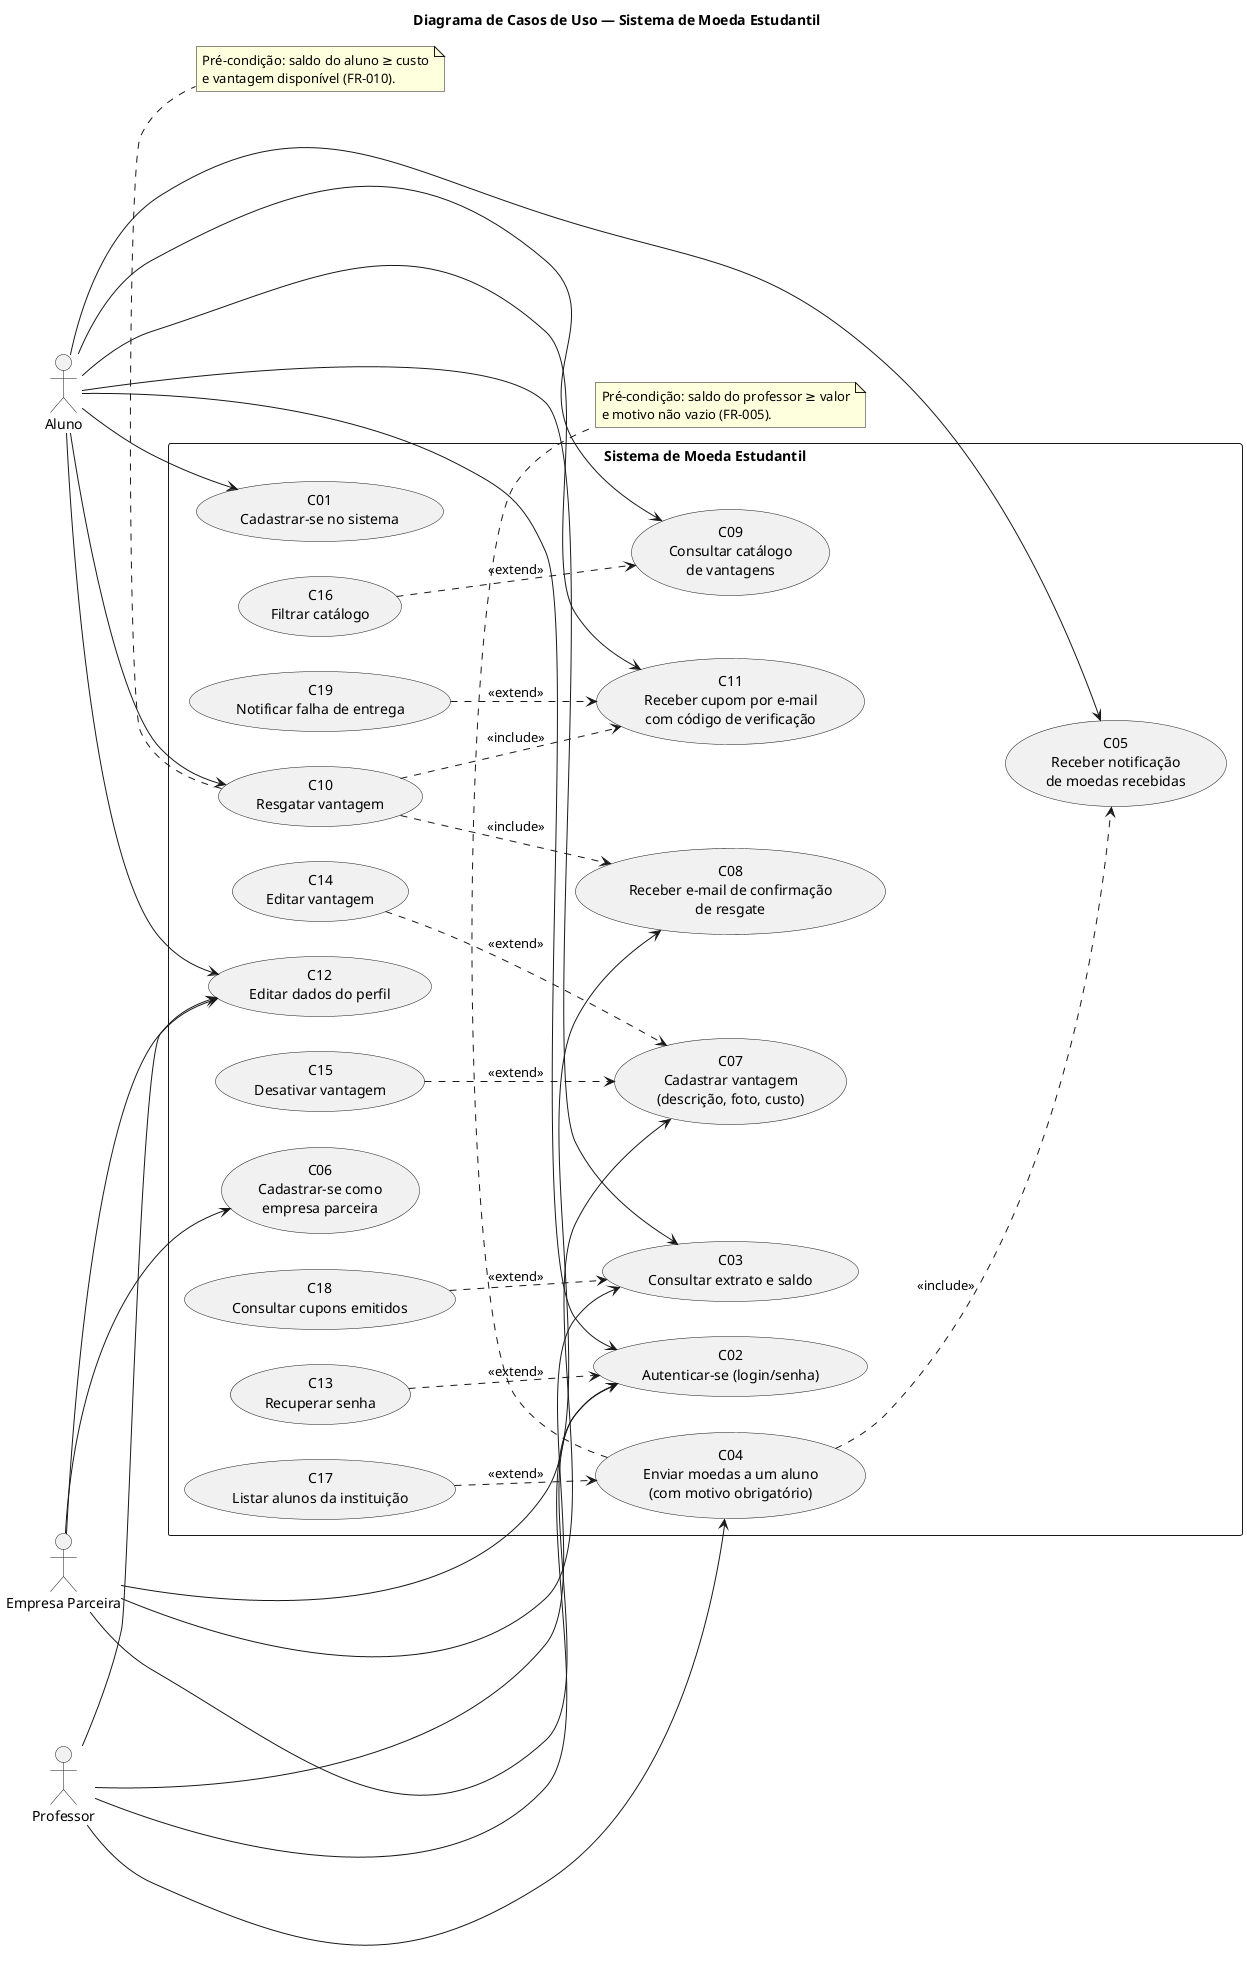
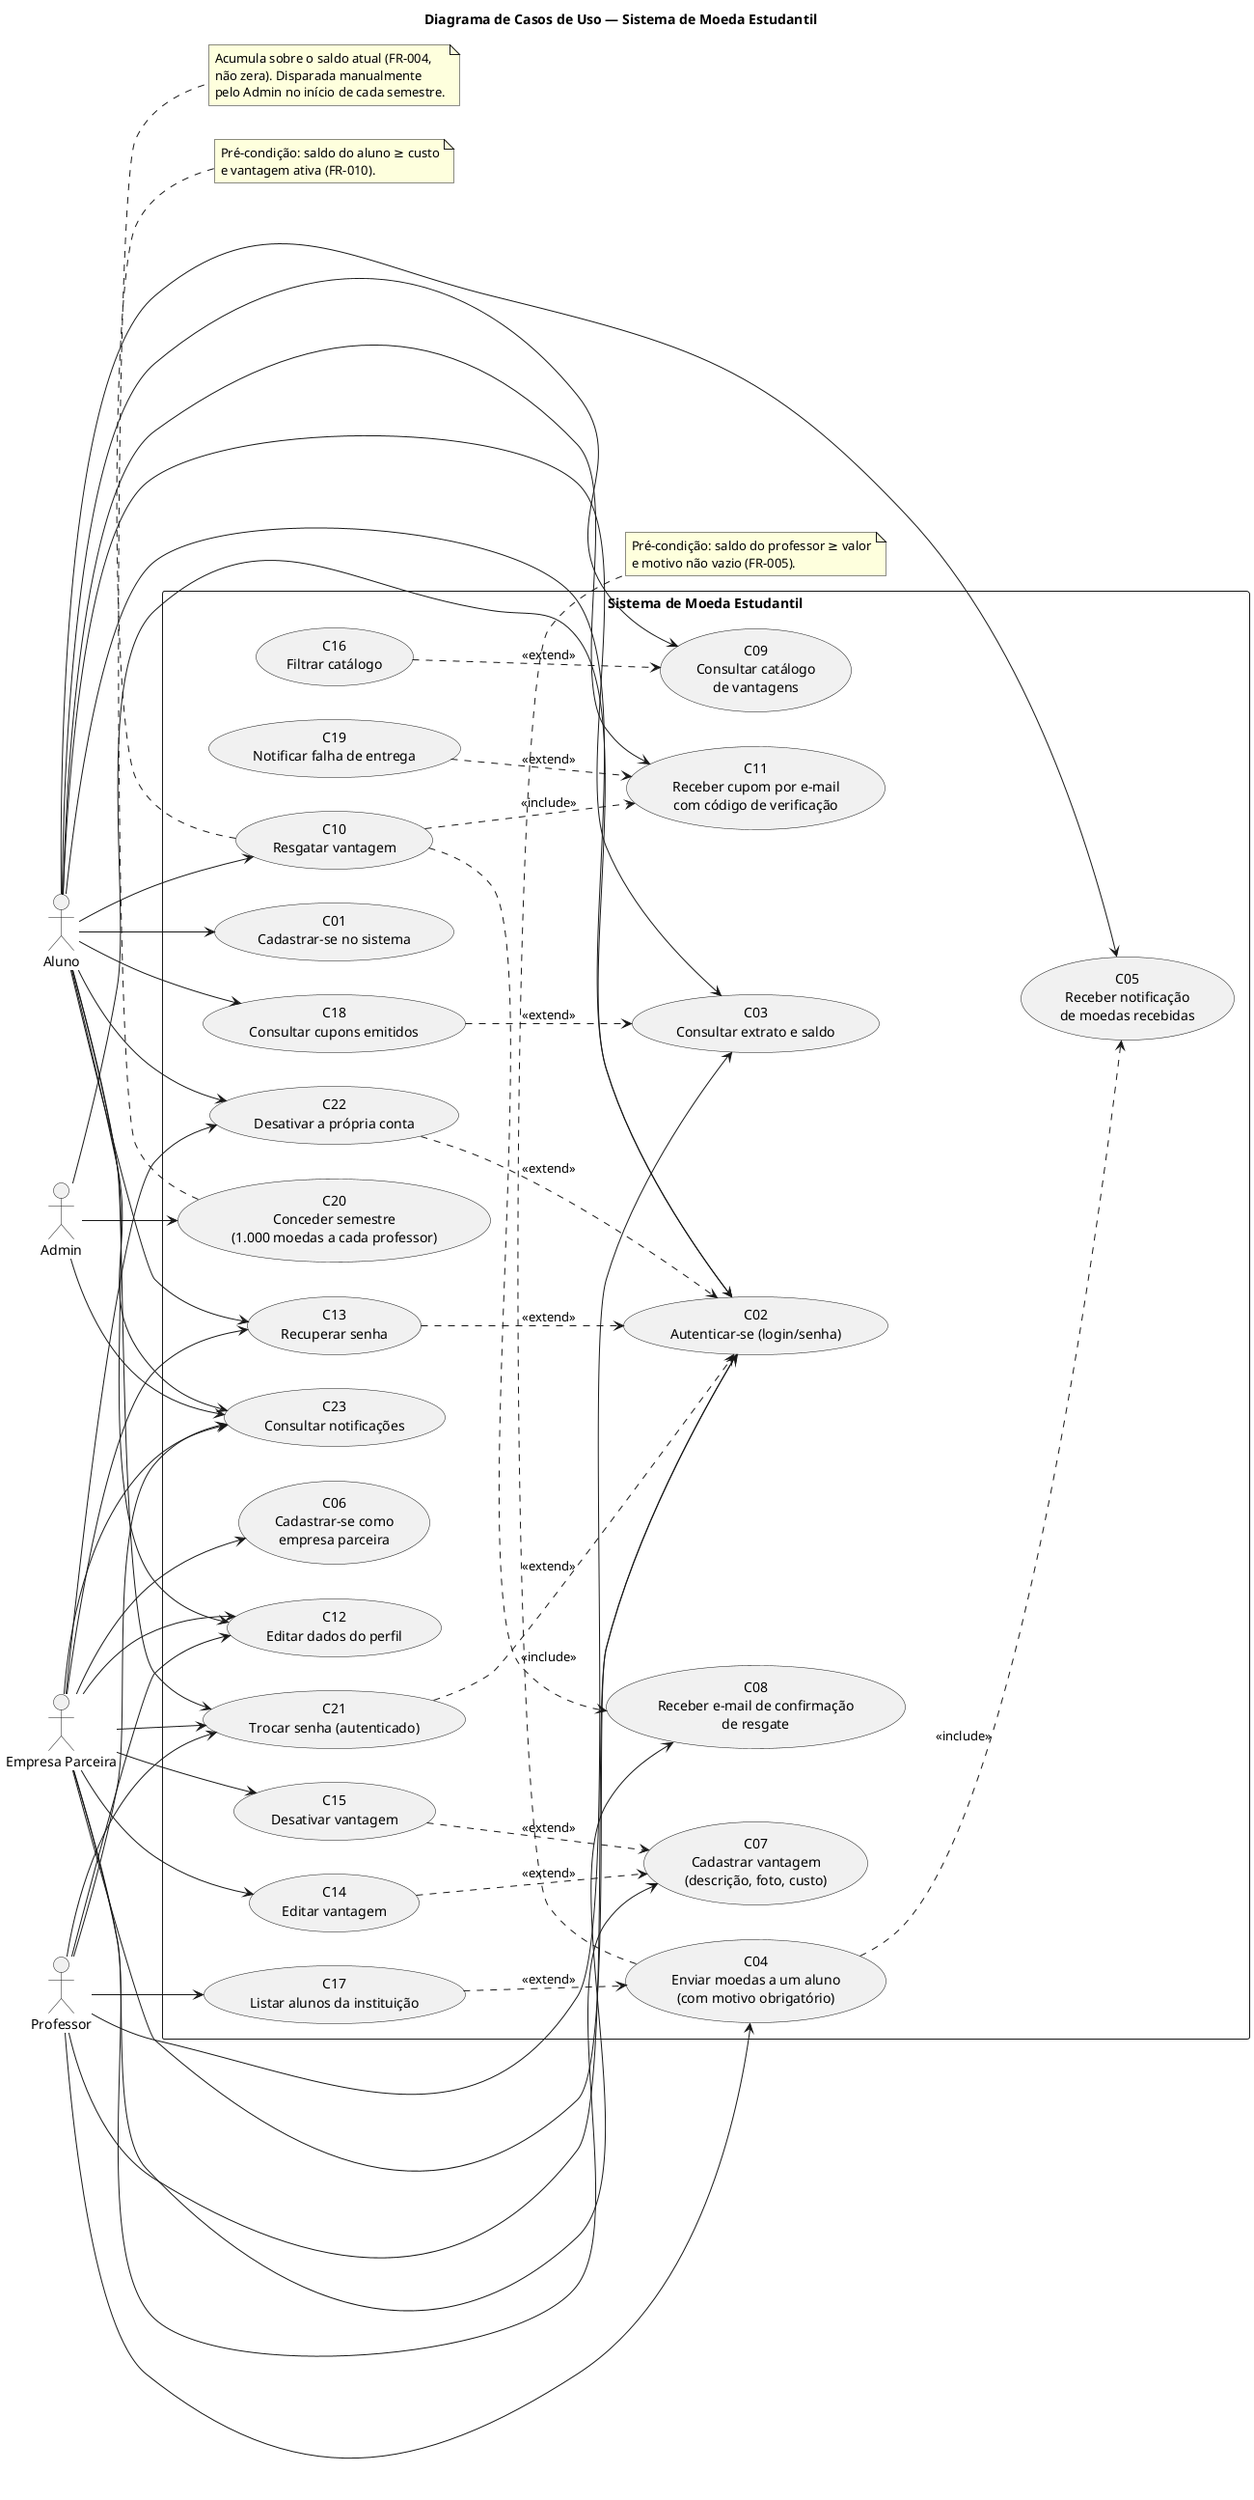
@startuml use-case
- ' Diagrama de Casos de Uso — Sistema de Moeda Estudantil (Lab03S01)
- ' Fonte: spec.md (US1–US5) + user-stories.md (US6–US12)
- ' Códigos C01..C19 para referência cruzada com requisitos.
+ ' Diagrama de Casos de Uso — Sistema de Moeda Estudantil (Lab03S03 final)
+ ' Fonte: user-stories.md (US1–US12) + implementação realizada nas Fases 1–4.
+ ' Códigos C01..C23 para referência cruzada com requisitos.

left to right direction
skinparam packageStyle rectangle
skinparam shadowing false
title Diagrama de Casos de Uso — Sistema de Moeda Estudantil

actor "Aluno"            as Aluno
actor "Professor"        as Professor
actor "Empresa Parceira" as Empresa
+ actor "Admin"            as Admin

rectangle "Sistema de Moeda Estudantil" {
  ' Casos de uso originais (US1–US5)
  usecase "C01\nCadastrar-se no sistema"          as UC_CadastrarAluno
  usecase "C02\nAutenticar-se (login/senha)"      as UC_Autenticar
  usecase "C03\nConsultar extrato e saldo"        as UC_ConsultarExtrato
  usecase "C04\nEnviar moedas a um aluno\n(com motivo obrigatório)" as UC_EnviarMoedas
  usecase "C05\nReceber notificação\nde moedas recebidas"           as UC_ReceberNotificacao
  usecase "C06\nCadastrar-se como\nempresa parceira"                as UC_CadastrarEmpresa
  usecase "C07\nCadastrar vantagem\n(descrição, foto, custo)"       as UC_CadastrarVantagem
  usecase "C08\nReceber e-mail de confirmação\nde resgate"          as UC_ReceberConfirmacao
  usecase "C09\nConsultar catálogo\nde vantagens"                   as UC_ConsultarCatalogo
  usecase "C10\nResgatar vantagem"                                  as UC_ResgatarVantagem
  usecase "C11\nReceber cupom por e-mail\ncom código de verificação" as UC_ReceberCupom

-   ' Casos de uso novos (US6–US12)
+   ' Casos de uso US6–US12
  usecase "C12\nEditar dados do perfil"           as UC_EditarPerfil
  usecase "C13\nRecuperar senha"                  as UC_RecuperarSenha
  usecase "C14\nEditar vantagem"                  as UC_EditarVantagem
  usecase "C15\nDesativar vantagem"               as UC_DesativarVantagem
  usecase "C16\nFiltrar catálogo"                 as UC_FiltrarCatalogo
  usecase "C17\nListar alunos da instituição"     as UC_ListarAlunos
  usecase "C18\nConsultar cupons emitidos"        as UC_ConsultarCupons
  usecase "C19\nNotificar falha de entrega"       as UC_NotificarFalha
+ 
+   ' Casos de uso introduzidos na Lab03S03
+   usecase "C20\nConceder semestre\n(1.000 moedas a cada professor)" as UC_ConcederSemestre
+   usecase "C21\nTrocar senha (autenticado)"                         as UC_TrocarSenha
+   usecase "C22\nDesativar a própria conta"                          as UC_DesativarConta
+   usecase "C23\nConsultar notificações"                             as UC_ConsultarNotificacoes
}

' Aluno
Aluno --> UC_CadastrarAluno
Aluno --> UC_Autenticar
Aluno --> UC_ConsultarExtrato
Aluno --> UC_ReceberNotificacao
Aluno --> UC_ConsultarCatalogo
Aluno --> UC_ResgatarVantagem
Aluno --> UC_ReceberCupom
Aluno --> UC_EditarPerfil
+ Aluno --> UC_RecuperarSenha
+ Aluno --> UC_TrocarSenha
+ Aluno --> UC_DesativarConta
+ Aluno --> UC_ConsultarNotificacoes
+ Aluno --> UC_ConsultarCupons

' Professor
Professor --> UC_Autenticar
Professor --> UC_EnviarMoedas
Professor --> UC_ConsultarExtrato
Professor --> UC_EditarPerfil
+ Professor --> UC_ListarAlunos
+ Professor --> UC_TrocarSenha
+ Professor --> UC_ConsultarNotificacoes

' Empresa Parceira
Empresa --> UC_CadastrarEmpresa
Empresa --> UC_Autenticar
Empresa --> UC_CadastrarVantagem
+ Empresa --> UC_EditarVantagem
+ Empresa --> UC_DesativarVantagem
Empresa --> UC_ReceberConfirmacao
Empresa --> UC_EditarPerfil
+ Empresa --> UC_RecuperarSenha
+ Empresa --> UC_TrocarSenha
+ Empresa --> UC_DesativarConta
+ Empresa --> UC_ConsultarNotificacoes

- ' Dependências entre casos de uso — <<include>> (sempre executado)
+ ' Admin
+ Admin --> UC_Autenticar
+ Admin --> UC_ConcederSemestre
+ Admin --> UC_ConsultarNotificacoes
+ 
+ ' Dependências — <<include>> (sempre executado)
UC_EnviarMoedas      ..> UC_ReceberNotificacao : <<include>>
UC_ResgatarVantagem  ..> UC_ReceberCupom       : <<include>>
UC_ResgatarVantagem  ..> UC_ReceberConfirmacao : <<include>>

- ' Dependências entre casos de uso — <<extend>> (opcional/condicional)
+ ' Dependências — <<extend>> (opcional/condicional)
UC_RecuperarSenha    ..> UC_Autenticar         : <<extend>>
+ UC_TrocarSenha       ..> UC_Autenticar         : <<extend>>
+ UC_DesativarConta    ..> UC_Autenticar         : <<extend>>
UC_EditarVantagem    ..> UC_CadastrarVantagem  : <<extend>>
UC_DesativarVantagem ..> UC_CadastrarVantagem  : <<extend>>
UC_FiltrarCatalogo   ..> UC_ConsultarCatalogo  : <<extend>>
UC_ListarAlunos      ..> UC_EnviarMoedas       : <<extend>>
UC_ConsultarCupons   ..> UC_ConsultarExtrato   : <<extend>>
UC_NotificarFalha    ..> UC_ReceberCupom       : <<extend>>

note bottom of UC_EnviarMoedas
  Pré-condição: saldo do professor ≥ valor
  e motivo não vazio (FR-005).
end note

note bottom of UC_ResgatarVantagem
  Pré-condição: saldo do aluno ≥ custo
-   e vantagem disponível (FR-010).
+   e vantagem ativa (FR-010).
+ end note
+ 
+ note bottom of UC_ConcederSemestre
+   Acumula sobre o saldo atual (FR-004,
+   não zera). Disparada manualmente
+   pelo Admin no início de cada semestre.
end note

@enduml
